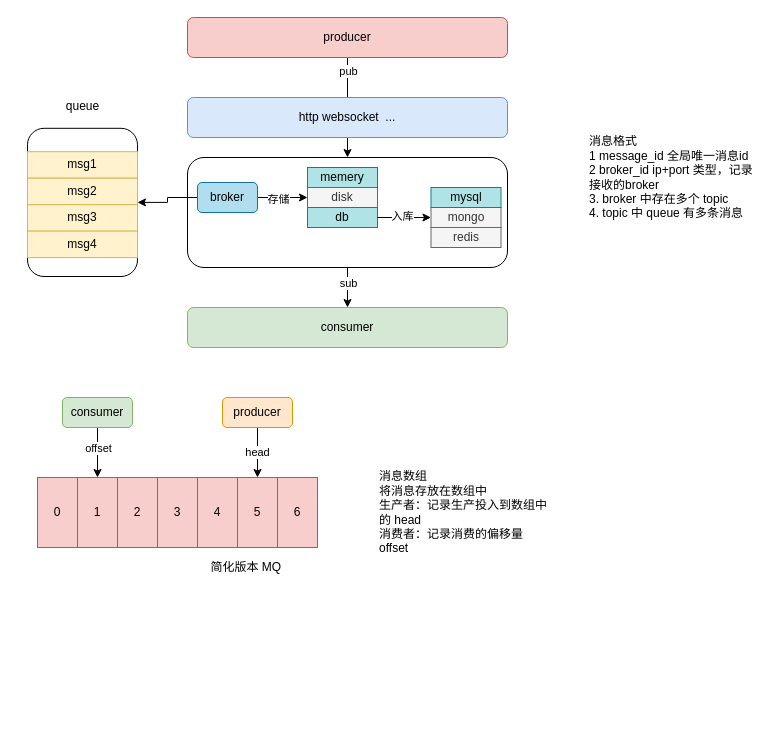
The draw.io diagram jihe/mq/ck-mq.drawio in oliverschen/draw.io, before the edit. Source tidied: cells renumbered, new cells numbered last; positions are measured from the earlier drawing's top-left corner, leaving out a move shared by most shapes. Both pictures are drawn from the tidied source at 100%, with x=0, y=0 at pixel (27, 17).
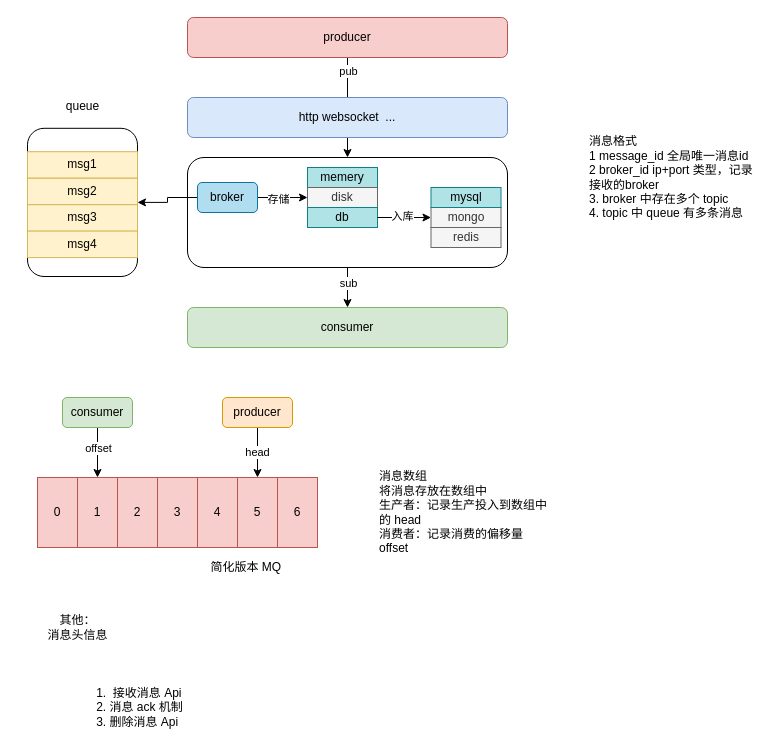
Above is the later version.

Commit message:
server 信息更新

Change to the diagram source:
```diff
@@
+    <mxCell id="47" value="&lt;div style=&quot;text-align: left&quot;&gt;&lt;span&gt;1.&amp;nbsp; 接收消息&amp;nbsp;Api&lt;/span&gt;&lt;/div&gt;&lt;div style=&quot;text-align: left&quot;&gt;&lt;span&gt;2.&amp;nbsp;消息&amp;nbsp;ack&amp;nbsp;机制&lt;/span&gt;&lt;/div&gt;&lt;div style=&quot;text-align: left&quot;&gt;&lt;span&gt;3.&amp;nbsp;删除消息&amp;nbsp;Api&lt;/span&gt;&lt;/div&gt;" style="text;html=1;strokeColor=none;fillColor=none;align=center;verticalAlign=middle;whiteSpace=wrap;rounded=0;" parent="1" vertex="1">
+      <mxGeometry x="-10" y="670" width="245" height="40" as="geometry" />
+    </mxCell>
+    <mxCell id="48" value="其他：&lt;br&gt;消息头信息" style="text;html=1;align=center;verticalAlign=middle;" parent="1" vertex="1">
+      <mxGeometry x="10" y="595" width="80" height="30" as="geometry" />
+    </mxCell>
```
